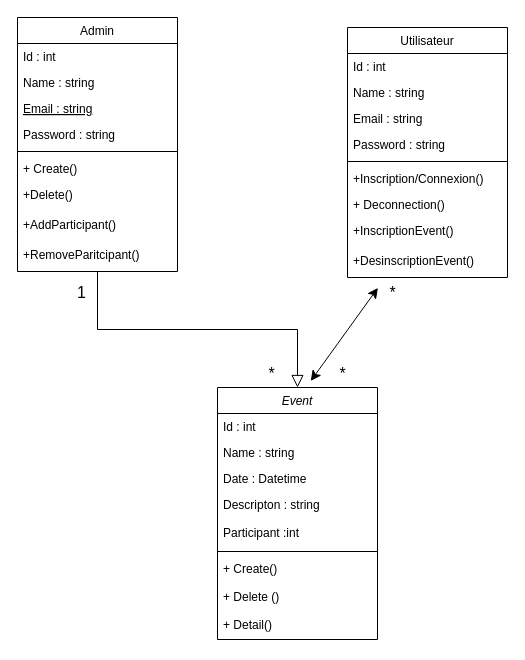
The draw.io diagram Diagramme sans nom.drawio in Arheee/EventsCoolFun-ECF, before the edit. Source tidied: cells renumbered, new cells numbered last; positions are measured from the earlier drawing's top-left corner, leaving out a move shared by most shapes. Both pictures are drawn from the tidied source at 100%, with x=0, y=0 at pixel (17, 17).
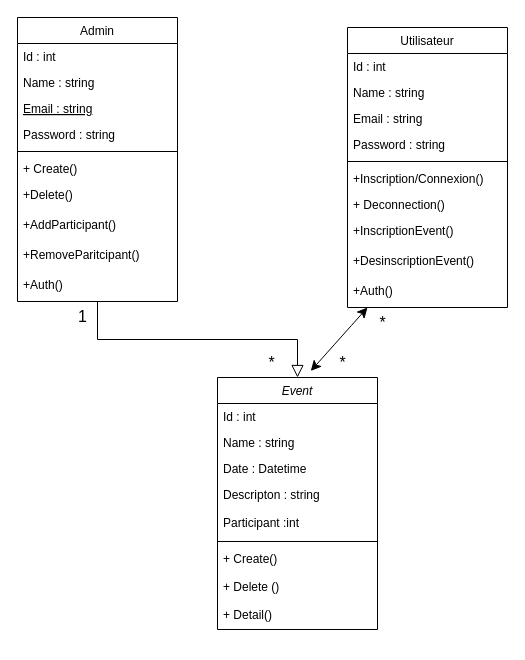
The same page after the edit.

The edit, as a diff of the source:
```diff
@@
     <mxCell id="2" value="Event" style="swimlane;fontStyle=2;align=center;verticalAlign=top;horizontal=1;startSize=26;rounded=0;shadow=0;strokeWidth=1;" parent="1" vertex="1">
-      <mxGeometry x="200" y="370" width="160" height="252" as="geometry" />
+      <mxGeometry x="200" y="360" width="160" height="252" as="geometry" />
     </mxCell>
@@
     <mxCell id="12" value="Admin" style="swimlane;fontStyle=0;align=center;verticalAlign=top;horizontal=1;startSize=26;rounded=0;shadow=0;strokeWidth=1;" parent="1" vertex="1">
-      <mxGeometry width="160" height="254" as="geometry" />
+      <mxGeometry width="160" height="284" as="geometry" />
     </mxCell>
@@
+    <mxCell id="38" value="+Auth()" style="text;align=left;verticalAlign=top;spacingLeft=4;spacingRight=4;overflow=hidden;" parent="12" vertex="1">
+      <mxGeometry y="254" width="160" height="30" as="geometry" />
+    </mxCell>
@@
     <mxCell id="23" value="Utilisateur" style="swimlane;fontStyle=0;align=center;verticalAlign=top;horizontal=1;startSize=26;rounded=0;shadow=0;strokeWidth=1;" parent="1" vertex="1">
-      <mxGeometry x="330" y="10" width="160" height="250" as="geometry" />
+      <mxGeometry x="330" y="10" width="160" height="280" as="geometry" />
     </mxCell>
@@
+    <mxCell id="39" value="+Auth()" style="text;align=left;verticalAlign=top;spacingLeft=4;spacingRight=4;overflow=hidden;points=[[0,0.5],[1,0.5]];portConstraint=eastwest;" parent="23" vertex="1">
+      <mxGeometry y="250" width="160" height="30" as="geometry" />
+    </mxCell>
-    <mxCell id="33" style="endArrow=classic;startArrow=classic;html=1;rounded=0;fontSize=12;startSize=8;endSize=8;curved=1;exitX=0.583;exitY=-0.026;exitDx=0;exitDy=0;exitPerimeter=0;entryX=0.013;entryY=0.347;entryDx=0;entryDy=0;entryPerimeter=0;" parent="1" edge="1" source="2" target="37">
+    <mxCell id="33" style="endArrow=classic;startArrow=classic;html=1;rounded=0;fontSize=12;startSize=8;endSize=8;curved=1;exitX=0.583;exitY=-0.026;exitDx=0;exitDy=0;exitPerimeter=0;entryX=0.125;entryY=1;entryDx=0;entryDy=0;entryPerimeter=0;" parent="1" edge="1" source="2" target="39">
       <mxGeometry relative="1" as="geometry" />
     </mxCell>
     <mxCell id="34" value="1" style="text;html=1;align=center;verticalAlign=middle;strokeColor=none;fillColor=none;fontSize=16;" parent="1" vertex="1">
-      <mxGeometry x="49" y="260" width="30" height="30" as="geometry" />
+      <mxGeometry x="50" y="284" width="30" height="30" as="geometry" />
     </mxCell>
     <mxCell id="35" value="*" style="text;html=1;align=center;verticalAlign=middle;strokeColor=none;fillColor=none;fontSize=16;" parent="1" vertex="1">
-      <mxGeometry x="239" y="341" width="30" height="30" as="geometry" />
+      <mxGeometry x="239" y="330" width="30" height="30" as="geometry" />
     </mxCell>
     <mxCell id="36" value="*" style="text;html=1;align=center;verticalAlign=middle;strokeColor=none;fillColor=none;fontSize=16;" parent="1" vertex="1">
-      <mxGeometry x="310" y="341" width="30" height="30" as="geometry" />
+      <mxGeometry x="310" y="330" width="30" height="30" as="geometry" />
     </mxCell>
     <mxCell id="37" value="*" style="text;html=1;align=center;verticalAlign=middle;points=[];strokeColor=none;fillColor=none;fontSize=16;" parent="1" vertex="1">
-      <mxGeometry x="360" y="260" width="30" height="30" as="geometry" />
+      <mxGeometry x="350" y="290" width="30" height="30" as="geometry" />
     </mxCell>
```
